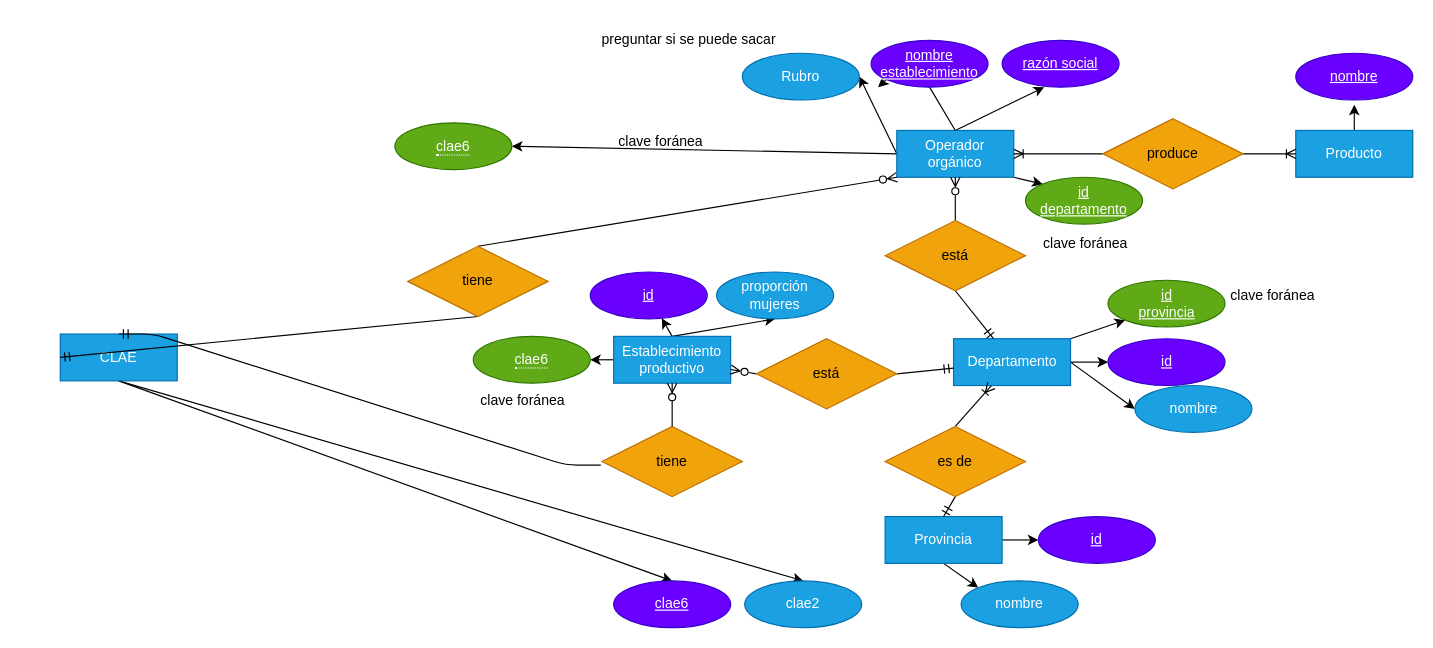
MarioSigal/TPs-Laboratorio_de_Datos keeps this draw.io diagram as DER.drawio. Above is the earlier version. Source tidied: cells renumbered, new cells numbered last; positions are measured from the earlier drawing's top-left corner, leaving out a move shared by most shapes. Both pictures are drawn from the tidied source at 117%, with x=0, y=0 at pixel (60, 20).
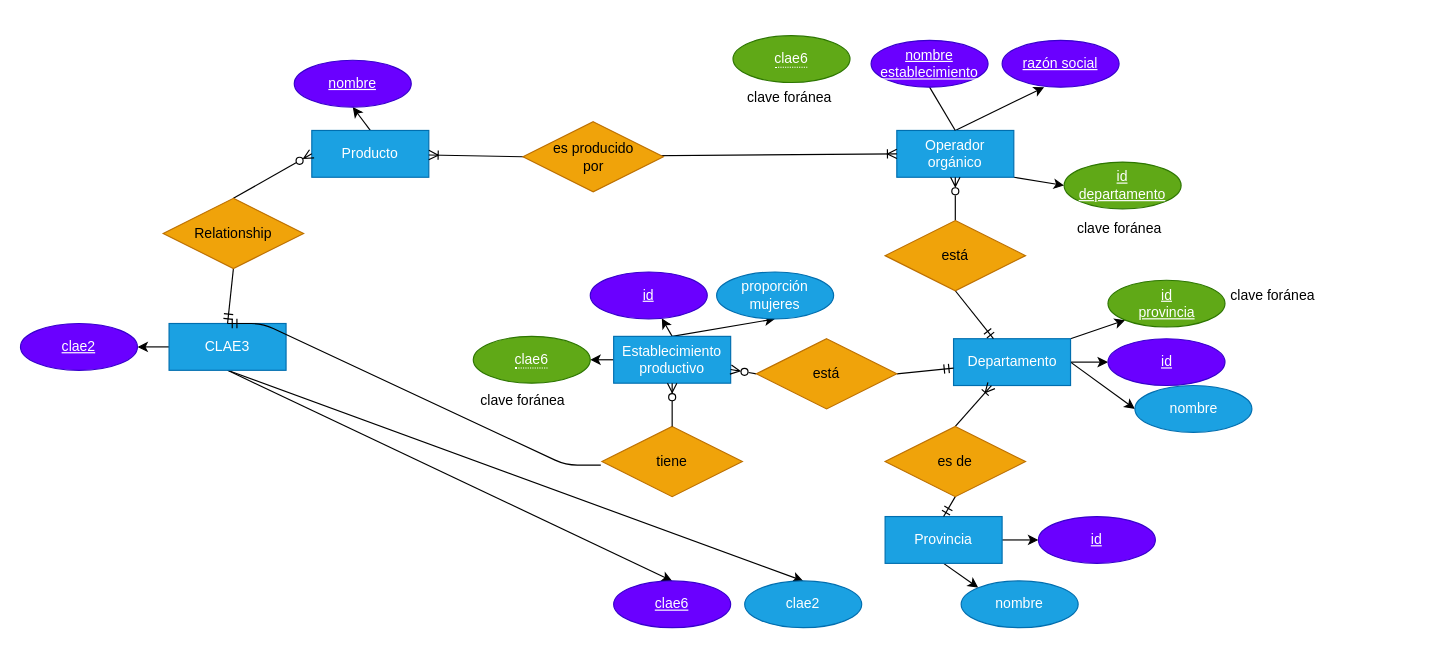
The same page after the edit.

Commit message:
Der esquema actualizado

Unchanged cells that the change refers to:
```xml
<mxCell id="7" value="Operador&lt;br&gt;orgánico" style="whiteSpace=wrap;html=1;align=center;fillColor=#1ba1e2;fontColor=#ffffff;strokeColor=#006EAF;" parent="1" vertex="1">
  <mxGeometry x="715" y="94" width="100" height="40" as="geometry" />
</mxCell>
<mxCell id="42" value="&lt;span style=&quot;color: rgb(255, 255, 255);&quot;&gt;nombre&lt;/span&gt;&lt;br style=&quot;color: rgb(255, 255, 255);&quot;&gt;&lt;span style=&quot;color: rgb(255, 255, 255);&quot;&gt;establecimiento&lt;/span&gt;" style="ellipse;whiteSpace=wrap;html=1;align=center;fontStyle=4;fillColor=#6a00ff;fontColor=#ffffff;strokeColor=#3700CC;" parent="1" vertex="1">
  <mxGeometry x="693" y="17" width="100" height="40" as="geometry" />
</mxCell>
```

What changed in the source:
```diff
@@
-    <mxCell id="2" style="edgeStyle=none;html=1;exitX=0;exitY=0.5;exitDx=0;exitDy=0;entryX=1;entryY=0.5;entryDx=0;entryDy=0;strokeColor=#000000;" parent="1" edge="1" source="7" target="52">
-      <mxGeometry relative="1" as="geometry" />
-    </mxCell>
-    <mxCell id="3" style="edgeStyle=none;html=1;exitX=0.5;exitY=0;exitDx=0;exitDy=0;entryX=0.5;entryY=1;entryDx=0;entryDy=0;strokeColor=#000000;startArrow=none;" parent="1" edge="1" source="42">
-      <mxGeometry relative="1" as="geometry">
-        <mxPoint x="699" y="57" as="targetPoint" />
-      </mxGeometry>
-    </mxCell>
@@
-    <mxCell id="5" style="edgeStyle=none;html=1;exitX=1;exitY=1;exitDx=0;exitDy=0;entryX=0;entryY=0;entryDx=0;entryDy=0;strokeColor=#000000;fontColor=#000000;startArrow=none;startFill=0;endArrow=classic;endFill=1;" parent="1" edge="1" source="7" target="57">
+    <mxCell id="5" style="edgeStyle=none;html=1;exitX=1;exitY=1;exitDx=0;exitDy=0;entryX=0;entryY=0.5;entryDx=0;entryDy=0;strokeColor=#000000;fontColor=#000000;startArrow=none;startFill=0;endArrow=classic;endFill=1;" parent="1" edge="1" source="7" target="57">
       <mxGeometry relative="1" as="geometry" />
     </mxCell>
-    <mxCell id="6" style="edgeStyle=none;html=1;exitX=0;exitY=0.5;exitDx=0;exitDy=0;entryX=1;entryY=0.5;entryDx=0;entryDy=0;strokeColor=#000000;fontColor=#000000;startArrow=none;startFill=0;endArrow=classic;endFill=1;" parent="1" edge="1" source="7" target="61">
-      <mxGeometry relative="1" as="geometry" />
-    </mxCell>
@@
-    <mxCell id="8" style="edgeStyle=none;html=1;exitX=0.5;exitY=0;exitDx=0;exitDy=0;strokeColor=#000000;" parent="1" edge="1" source="9">
-      <mxGeometry relative="1" as="geometry">
-        <mxPoint x="1106" y="72" as="targetPoint" />
-      </mxGeometry>
+    <mxCell id="8" style="edgeStyle=none;html=1;exitX=0.5;exitY=0;exitDx=0;exitDy=0;strokeColor=#000000;entryX=0.5;entryY=1;entryDx=0;entryDy=0;" parent="1" edge="1" source="9" target="48">
+      <mxGeometry relative="1" as="geometry" />
     </mxCell>
     <mxCell id="9" value="Producto" style="whiteSpace=wrap;html=1;align=center;fillColor=#1ba1e2;fontColor=#ffffff;strokeColor=#006EAF;" parent="1" vertex="1">
-      <mxGeometry x="1056" y="94" width="100" height="40" as="geometry" />
+      <mxGeometry x="215" y="94" width="100" height="40" as="geometry" />
     </mxCell>
-    <mxCell id="10" style="edgeStyle=none;html=1;exitX=0;exitY=0.5;exitDx=0;exitDy=0;entryX=1;entryY=0.5;entryDx=0;entryDy=0;strokeColor=#000000;endArrow=ERoneToMany;endFill=0;" parent="1" edge="1" source="12" target="7">
+    <mxCell id="10" style="edgeStyle=none;html=1;exitX=0;exitY=0.5;exitDx=0;exitDy=0;entryX=0;entryY=0.5;entryDx=0;entryDy=0;strokeColor=#000000;endArrow=ERoneToMany;endFill=0;" parent="1" edge="1" source="12" target="7">
       <mxGeometry relative="1" as="geometry" />
     </mxCell>
-    <mxCell id="11" style="edgeStyle=none;html=1;exitX=1;exitY=0.5;exitDx=0;exitDy=0;strokeColor=#000000;endArrow=ERoneToMany;endFill=0;" parent="1" edge="1" source="12" target="9">
+    <mxCell id="11" style="edgeStyle=none;html=1;exitX=0;exitY=0.5;exitDx=0;exitDy=0;strokeColor=#000000;endArrow=ERoneToMany;endFill=0;" parent="1" edge="1" source="12" target="9">
       <mxGeometry relative="1" as="geometry" />
     </mxCell>
-    <mxCell id="12" value="produce" style="shape=rhombus;perimeter=rhombusPerimeter;whiteSpace=wrap;html=1;align=center;fillColor=#f0a30a;fontColor=#000000;strokeColor=#BD7000;" parent="1" vertex="1">
-      <mxGeometry x="891" y="84" width="120" height="60" as="geometry" />
+    <mxCell id="12" value="es producido&lt;br&gt;por" style="shape=rhombus;perimeter=rhombusPerimeter;whiteSpace=wrap;html=1;align=center;fillColor=#f0a30a;fontColor=#000000;strokeColor=#BD7000;" parent="1" vertex="1">
+      <mxGeometry x="395.5" y="86.5" width="120" height="60" as="geometry" />
     </mxCell>
@@
+    <mxCell id="64" style="edgeStyle=none;html=1;exitX=0;exitY=0.5;exitDx=0;exitDy=0;entryX=1;entryY=0.5;entryDx=0;entryDy=0;strokeColor=#000000;" parent="1" edge="1" source="35" target="65">
+      <mxGeometry relative="1" as="geometry" />
+    </mxCell>
-    <mxCell id="35" value="CLAE" style="whiteSpace=wrap;html=1;align=center;fillColor=#1ba1e2;fontColor=#ffffff;strokeColor=#006EAF;" parent="1" vertex="1">
-      <mxGeometry y="268" width="100" height="40" as="geometry" />
+    <mxCell id="35" value="CLAE3" style="whiteSpace=wrap;html=1;align=center;fillColor=#1ba1e2;fontColor=#ffffff;strokeColor=#006EAF;" parent="1" vertex="1">
+      <mxGeometry x="93" y="259" width="100" height="40" as="geometry" />
     </mxCell>
@@
-    <mxCell id="37" style="edgeStyle=none;html=1;exitX=0.5;exitY=1;exitDx=0;exitDy=0;entryX=0;entryY=0.5;entryDx=0;entryDy=0;strokeColor=#000000;endArrow=ERmandOne;endFill=0;" parent="1" edge="1" source="39" target="35">
-      <mxGeometry relative="1" as="geometry" />
-    </mxCell>
-    <mxCell id="38" style="edgeStyle=none;html=1;exitX=0.5;exitY=0;exitDx=0;exitDy=0;entryX=0;entryY=1;entryDx=0;entryDy=0;strokeColor=#000000;endArrow=ERzeroToMany;endFill=0;" parent="1" edge="1" source="39" target="7">
-      <mxGeometry relative="1" as="geometry" />
-    </mxCell>
-    <mxCell id="39" value="tiene" style="shape=rhombus;perimeter=rhombusPerimeter;whiteSpace=wrap;html=1;align=center;fillColor=#f0a30a;fontColor=#000000;strokeColor=#BD7000;" parent="1" vertex="1">
-      <mxGeometry x="297" y="193" width="120" height="60" as="geometry" />
-    </mxCell>
@@
     <mxCell id="48" value="nombre" style="ellipse;whiteSpace=wrap;html=1;align=center;fontStyle=4;fillColor=#6a00ff;fontColor=#ffffff;strokeColor=#3700CC;" parent="1" vertex="1">
-      <mxGeometry x="1056" y="28" width="100" height="40" as="geometry" />
+      <mxGeometry x="200" y="34" width="100" height="40" as="geometry" />
     </mxCell>
@@
-    <mxCell id="52" value="Rubro" style="ellipse;whiteSpace=wrap;html=1;align=center;fillColor=#1ba1e2;fontColor=#ffffff;strokeColor=#006EAF;" parent="1" vertex="1">
-      <mxGeometry x="583" y="28" width="100" height="40" as="geometry" />
-    </mxCell>
@@
     <mxCell id="57" value="id&lt;br&gt;departamento" style="ellipse;whiteSpace=wrap;html=1;align=center;fontStyle=4;fillColor=#60a917;fontColor=#ffffff;strokeColor=#2D7600;" parent="1" vertex="1">
-      <mxGeometry x="825" y="134" width="100" height="40" as="geometry" />
+      <mxGeometry x="858" y="121" width="100" height="40" as="geometry" />
     </mxCell>
     <mxCell id="58" value="&lt;font color=&quot;#000000&quot;&gt;clave foránea&lt;/font&gt;" style="text;html=1;align=center;verticalAlign=middle;strokeColor=none;fillColor=none;" parent="1" vertex="1">
-      <mxGeometry x="826" y="174" width="99" height="33" as="geometry" />
+      <mxGeometry x="855" y="161" width="99" height="33" as="geometry" />
     </mxCell>
@@
     <mxCell id="61" value="&lt;span style=&quot;border-bottom: 1px dotted&quot;&gt;clae6&lt;/span&gt;" style="ellipse;whiteSpace=wrap;html=1;align=center;fillColor=#60a917;fontColor=#ffffff;strokeColor=#2D7600;" parent="1" vertex="1">
-      <mxGeometry x="286" y="87.5" width="100" height="40" as="geometry" />
+      <mxGeometry x="575" y="13" width="100" height="40" as="geometry" />
     </mxCell>
-    <mxCell id="62" value="preguntar si se puede sacar" style="text;html=1;align=center;verticalAlign=middle;strokeColor=none;fillColor=none;fontColor=#000000;" parent="1" vertex="1">
-      <mxGeometry x="449" width="176" height="33" as="geometry" />
-    </mxCell>
     <mxCell id="63" value="&lt;font color=&quot;#000000&quot;&gt;clave foránea&lt;/font&gt;" style="text;html=1;align=center;verticalAlign=middle;strokeColor=none;fillColor=none;" parent="1" vertex="1">
-      <mxGeometry x="463" y="87.5" width="99" height="33" as="geometry" />
+      <mxGeometry x="573" y="49" width="99" height="33" as="geometry" />
     </mxCell>
+    <mxCell id="65" value="clae2" style="ellipse;whiteSpace=wrap;html=1;align=center;fontStyle=4;fillColor=#6a00ff;fontColor=#ffffff;strokeColor=#3700CC;" parent="1" vertex="1">
+      <mxGeometry x="-34" y="259" width="100" height="40" as="geometry" />
+    </mxCell>
+    <mxCell id="66" style="edgeStyle=none;html=1;exitX=0.5;exitY=0;exitDx=0;exitDy=0;entryX=0;entryY=0.5;entryDx=0;entryDy=0;strokeColor=#000000;endArrow=ERzeroToMany;endFill=0;" parent="1" edge="1" source="68" target="9">
+      <mxGeometry relative="1" as="geometry" />
+    </mxCell>
+    <mxCell id="67" style="edgeStyle=none;html=1;exitX=0.5;exitY=1;exitDx=0;exitDy=0;strokeColor=#000000;entryX=0.5;entryY=0;entryDx=0;entryDy=0;endArrow=ERmandOne;endFill=0;" parent="1" edge="1" source="68" target="35">
+      <mxGeometry relative="1" as="geometry" />
+    </mxCell>
+    <mxCell id="68" value="Relationship" style="shape=rhombus;perimeter=rhombusPerimeter;whiteSpace=wrap;html=1;align=center;fillColor=#f0a30a;fontColor=#000000;strokeColor=#BD7000;" parent="1" vertex="1">
+      <mxGeometry x="88" y="152" width="120" height="60" as="geometry" />
+    </mxCell>
```
